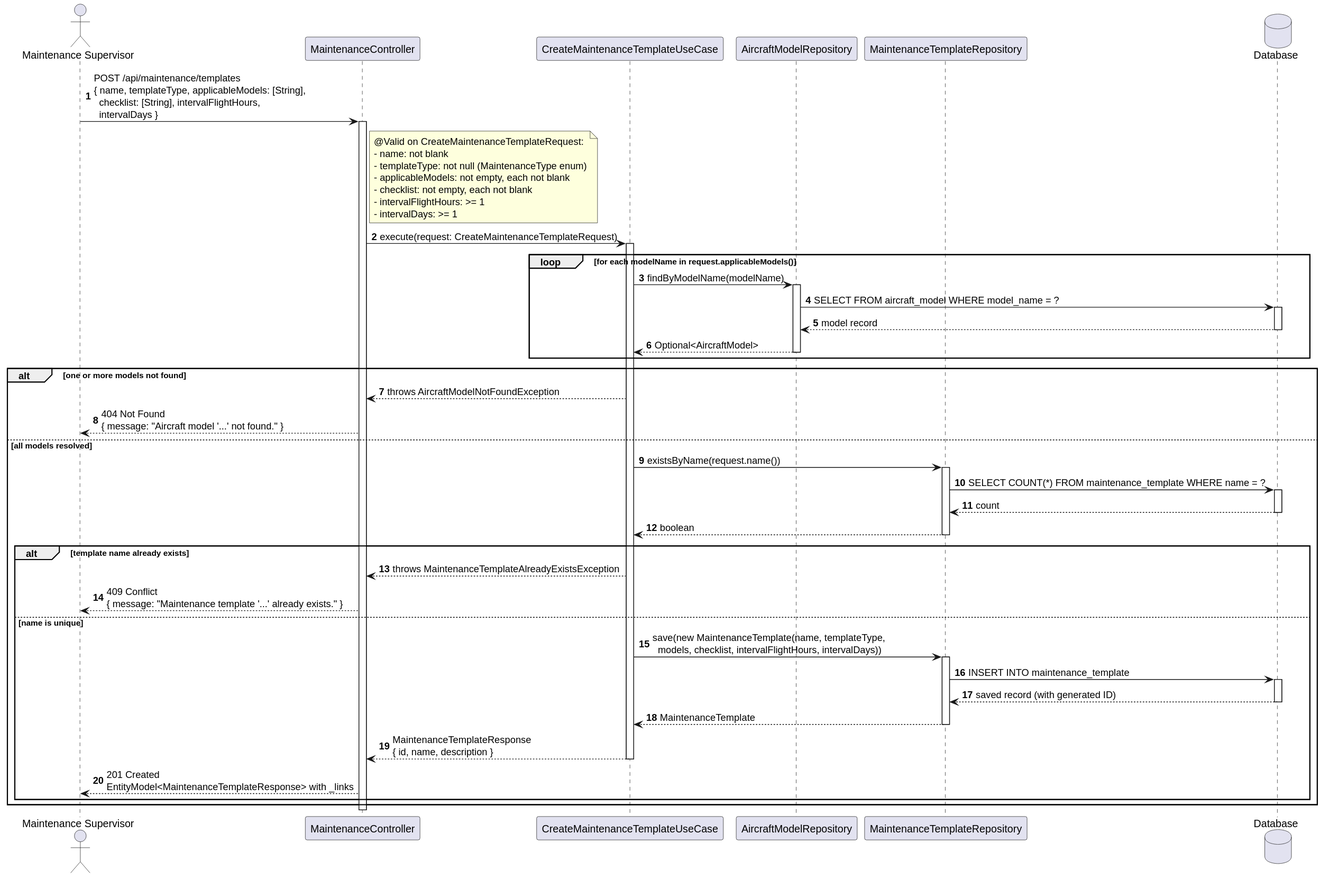
Before: docs/system-documentation/use-cases/WP4A/US115b/svg/sd_us115b.svg, a diagram exported from PlantUML (VascoMagolo/psoft_1231562_1241692_1242036_2db).
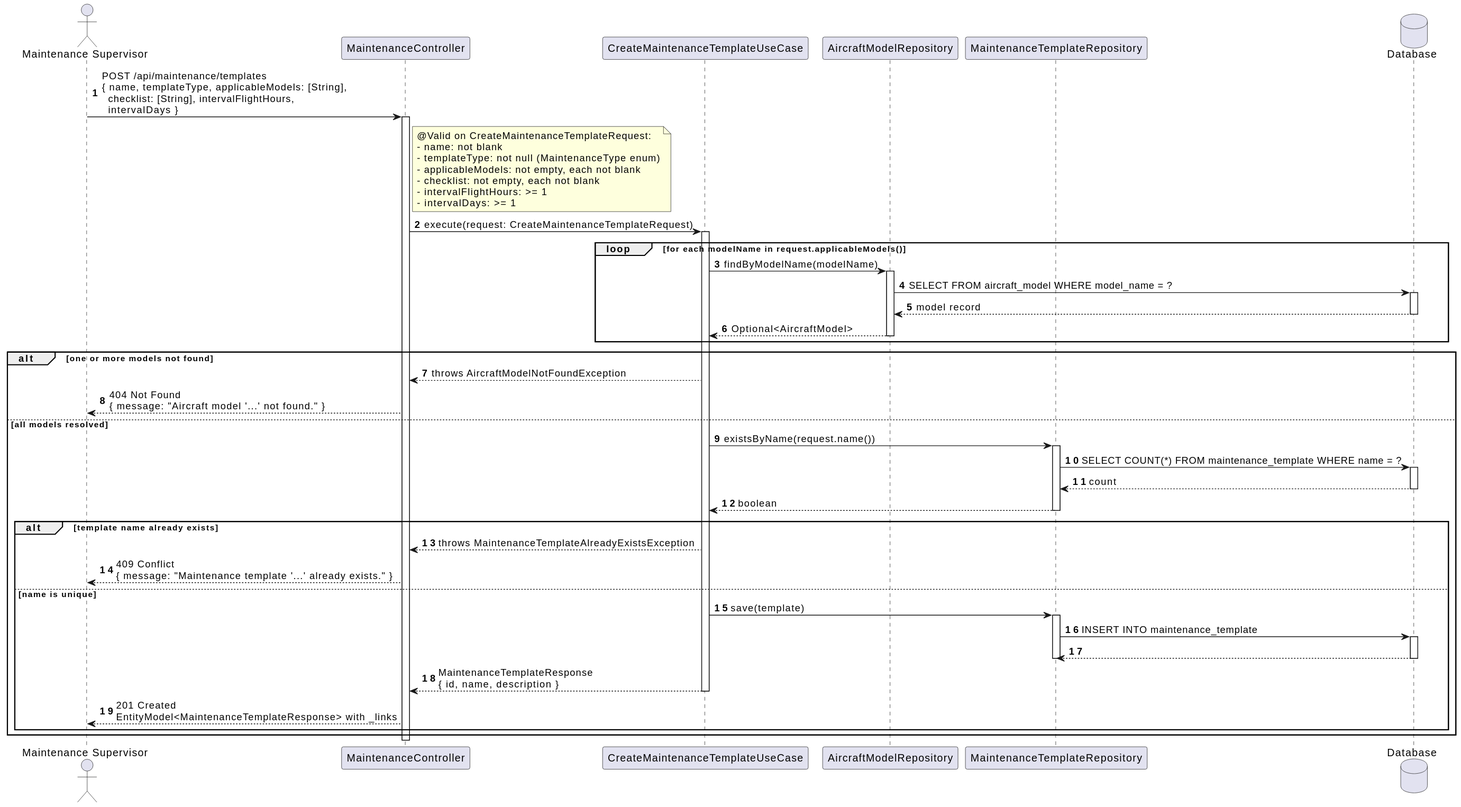
After the commit.

The edit, as a diff of the source:
```diff
@@ -51,13 +51,12 @@
     UC --> Ctrl : throws MaintenanceTemplateAlreadyExistsException
     Ctrl --> MS : 409 Conflict\n{ message: "Maintenance template '...' already exists." }
   else name is unique
-    UC -> Repo : save(new MaintenanceTemplate(name, templateType,\n  models, checklist, intervalFlightHours, intervalDays))
+    UC -> Repo : save(template)
     activate Repo
     Repo -> DB : INSERT INTO maintenance_template
     activate DB
-    DB --> Repo : saved record (with generated ID)
+    DB --> Repo
     deactivate DB
-    Repo --> UC : MaintenanceTemplate
     deactivate Repo
 
     UC --> Ctrl : MaintenanceTemplateResponse\n{ id, name, description }
```
